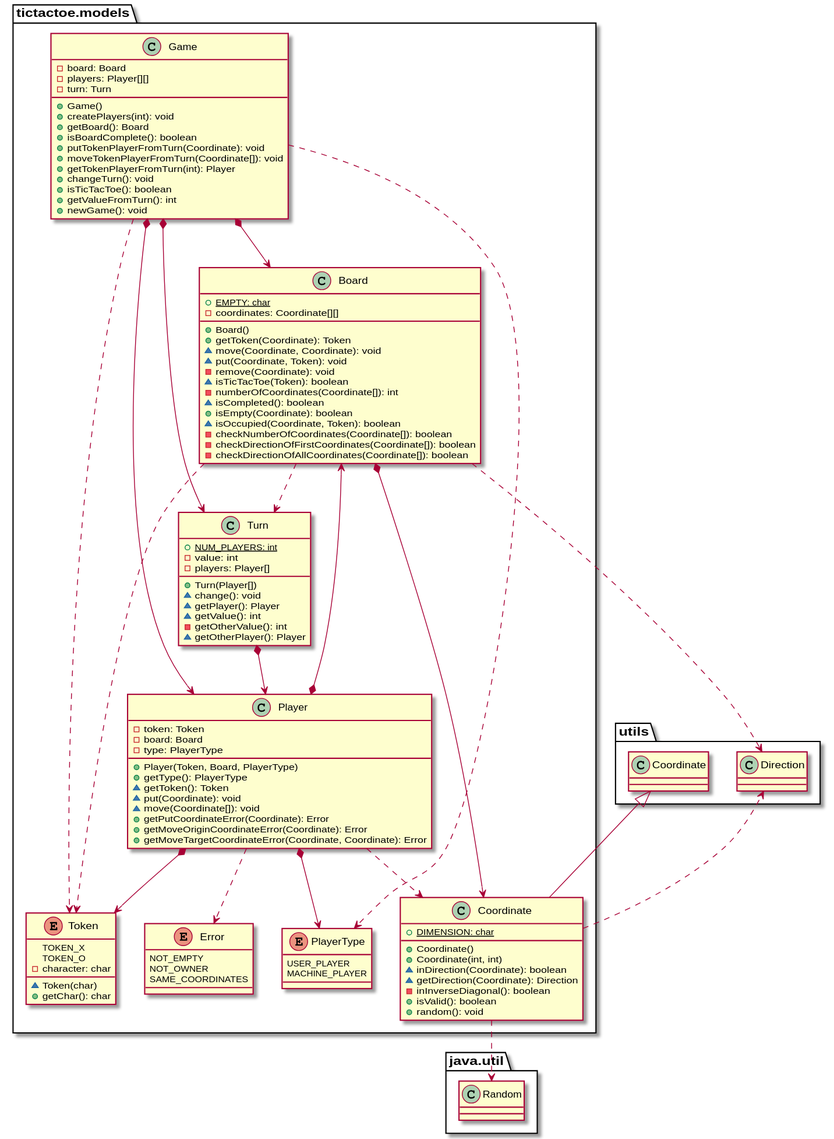
Earlier version of the PlantUML export documentView/console/docs/diagrams/out/paquetes/tictactoe.models.svg (Jolucaa/USantaTecla-project-ticTacToe). Its diagram source:
```plantuml
@startuml
class  tictactoe.models.Board{
+ {static} EMPTY: char
- coordinates: Coordinate[][]
+ Board()
+ getToken(Coordinate): Token
~ move(Coordinate, Coordinate): void
~ put(Coordinate, Token): void
- remove(Coordinate): void
~ isTicTacToe(Token): boolean
- numberOfCoordinates(Coordinate[]): int
~ isCompleted(): boolean
+ isEmpty(Coordinate): boolean
~ isOccupied(Coordinate, Token): boolean
- checkNumberOfCoordinates(Coordinate[]): boolean
- checkDirectionOfFirstCoordinates(Coordinate[]): boolean
- checkDirectionOfAllCoordinates(Coordinate[]): boolean
}
tictactoe.models.Board *-down-> tictactoe.models.Coordinate
tictactoe.models.Board ..> tictactoe.models.Token
tictactoe.models.Board ..> tictactoe.models.Turn
tictactoe.models.Board ..> utils.Direction

class  tictactoe.models.Coordinate{
+ {static} DIMENSION: char
+ Coordinate()
+ Coordinate(int, int)
~ inDirection(Coordinate): boolean
~ getDirection(Coordinate): Direction
- inInverseDiagonal(): boolean
+ isValid(): boolean
+ random(): void
}
utils.Coordinate <|-down- tictactoe.models.Coordinate
tictactoe.models.Coordinate ..> utils.Direction
tictactoe.models.Coordinate ..> java.util.Random

enum  tictactoe.models.Error{
NOT_EMPTY
NOT_OWNER
SAME_COORDINATES
}

class  tictactoe.models.Game{
- board: Board
- players: Player[][]
- turn: Turn
+ Game()
+ createPlayers(int): void
+ getBoard(): Board
+ isBoardComplete(): boolean
+ putTokenPlayerFromTurn(Coordinate): void
+ moveTokenPlayerFromTurn(Coordinate[]): void
+ getTokenPlayerFromTurn(int): Player
+ changeTurn(): void
+ isTicTacToe(): boolean
+ getValueFromTurn(): int
+ newGame(): void
}
tictactoe.models.Game *-down-> tictactoe.models.Board
tictactoe.models.Game *-down-> tictactoe.models.Player
tictactoe.models.Game *-down-> tictactoe.models.Turn
tictactoe.models.Game ..> tictactoe.models.Token
tictactoe.models.Game ..> tictactoe.models.PlayerType

class  tictactoe.models.Player{
- token: Token
- board: Board
- type: PlayerType
+ Player(Token, Board, PlayerType)
+ getType(): PlayerType
~ getToken(): Token
~ put(Coordinate): void
~ move(Coordinate[]): void
+ getPutCoordinateError(Coordinate): Error
+ getMoveOriginCoordinateError(Coordinate): Error
+ getMoveTargetCoordinateError(Coordinate, Coordinate): Error
}
tictactoe.models.Player *-down-> tictactoe.models.Token
tictactoe.models.Player *-down-> tictactoe.models.Board
tictactoe.models.Player *-down-> tictactoe.models.PlayerType
tictactoe.models.Player ..> tictactoe.models.Coordinate
tictactoe.models.Player ..> tictactoe.models.Error

enum  tictactoe.models.PlayerType{
USER_PLAYER
MACHINE_PLAYER
}

enum  tictactoe.models.Token{
TOKEN_X
TOKEN_O
- character: char
~ Token(char)
+ getChar(): char
}

class  tictactoe.models.Turn{
+ {static} NUM_PLAYERS: int
- value: int
- players: Player[]
+ Turn(Player[])
~ change(): void
~ getPlayer(): Player
~ getValue(): int
- getOtherValue(): int
~ getOtherPlayer(): Player
}
tictactoe.models.Turn *-down-> tictactoe.models.Player
@enduml
```
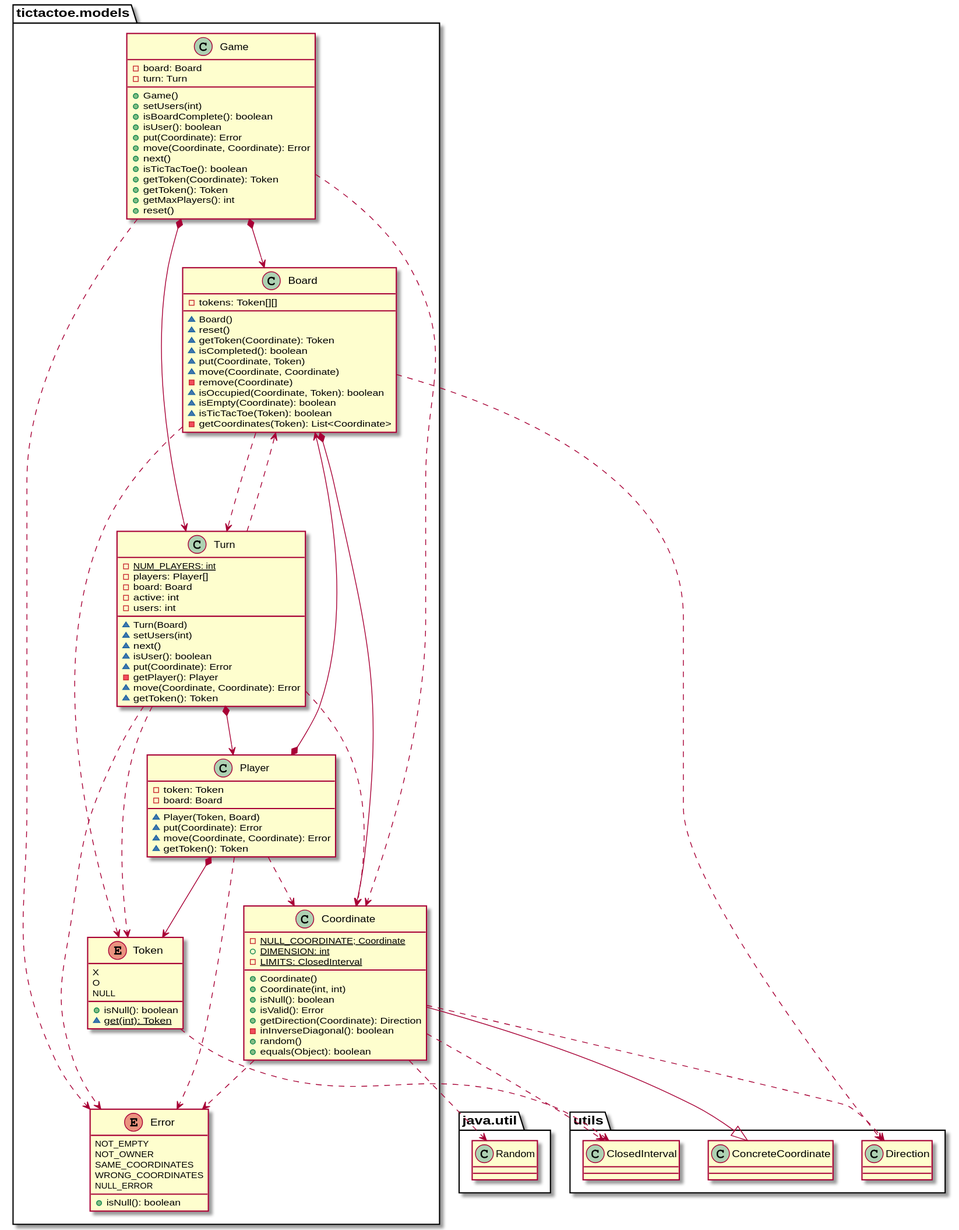
Later version of the same file.

What changed in the source:
```diff
@@ -1,20 +1,17 @@
 @startuml
 class  tictactoe.models.Board{
-+ {static} EMPTY: char
-- coordinates: Coordinate[][]
-+ Board()
-+ getToken(Coordinate): Token
-~ move(Coordinate, Coordinate): void
-~ put(Coordinate, Token): void
-- remove(Coordinate): void
+- tokens: Token[][]
+~ Board()
+~ reset()
+~ getToken(Coordinate): Token
+~ isCompleted(): boolean
+~ put(Coordinate, Token)
+~ move(Coordinate, Coordinate)
+- remove(Coordinate)
+~ isOccupied(Coordinate, Token): boolean
+~ isEmpty(Coordinate): boolean
 ~ isTicTacToe(Token): boolean
-- numberOfCoordinates(Coordinate[]): int
-~ isCompleted(): boolean
-+ isEmpty(Coordinate): boolean
-~ isOccupied(Coordinate, Token): boolean
-- checkNumberOfCoordinates(Coordinate[]): boolean
-- checkDirectionOfFirstCoordinates(Coordinate[]): boolean
-- checkDirectionOfAllCoordinates(Coordinate[]): boolean
+- getCoordinates(Token): List<Coordinate>
 }
 tictactoe.models.Board *-down-> tictactoe.models.Coordinate
 tictactoe.models.Board ..> tictactoe.models.Token
@@ -22,89 +19,96 @@
 tictactoe.models.Board ..> utils.Direction
 
 class  tictactoe.models.Coordinate{
-+ {static} DIMENSION: char
+- {static} NULL_COORDINATE; Coordinate
++ {static} DIMENSION: int
+- {static} LIMITS: ClosedInterval
 + Coordinate()
 + Coordinate(int, int)
-~ inDirection(Coordinate): boolean
-~ getDirection(Coordinate): Direction
++ isNull(): boolean
++ isValid(): Error
++ getDirection(Coordinate): Direction
 - inInverseDiagonal(): boolean
-+ isValid(): boolean
-+ random(): void
++ random()
++ equals(Object): boolean
 }
-utils.Coordinate <|-down- tictactoe.models.Coordinate
+utils.ConcreteCoordinate <|-down- tictactoe.models.Coordinate
+tictactoe.models.Coordinate ..> tictactoe.models.Error
 tictactoe.models.Coordinate ..> utils.Direction
+tictactoe.models.Coordinate ..> utils.ClosedInterval
 tictactoe.models.Coordinate ..> java.util.Random
 
 enum  tictactoe.models.Error{
 NOT_EMPTY
 NOT_OWNER
 SAME_COORDINATES
+WRONG_COORDINATES
+NULL_ERROR
++ isNull(): boolean
 }
 
 class  tictactoe.models.Game{
 - board: Board
-- players: Player[][]
 - turn: Turn
 + Game()
-+ createPlayers(int): void
-+ getBoard(): Board
++ setUsers(int)
 + isBoardComplete(): boolean
-+ putTokenPlayerFromTurn(Coordinate): void
-+ moveTokenPlayerFromTurn(Coordinate[]): void
-+ getTokenPlayerFromTurn(int): Player
-+ changeTurn(): void
++ isUser(): boolean
++ put(Coordinate): Error
++ move(Coordinate, Coordinate): Error
++ next()
 + isTicTacToe(): boolean
-+ getValueFromTurn(): int
-+ newGame(): void
++ getToken(Coordinate): Token
++ getToken(): Token
++ getMaxPlayers(): int
++ reset()
 }
 tictactoe.models.Game *-down-> tictactoe.models.Board
-tictactoe.models.Game *-down-> tictactoe.models.Player
 tictactoe.models.Game *-down-> tictactoe.models.Turn
-tictactoe.models.Game ..> tictactoe.models.Token
-tictactoe.models.Game ..> tictactoe.models.PlayerType
+tictactoe.models.Game ..> tictactoe.models.Coordinate
+tictactoe.models.Game ..> tictactoe.models.Error
 
 class  tictactoe.models.Player{
 - token: Token
 - board: Board
-- type: PlayerType
-+ Player(Token, Board, PlayerType)
-+ getType(): PlayerType
+~ Player(Token, Board)
+~ put(Coordinate): Error
+~ move(Coordinate, Coordinate): Error
 ~ getToken(): Token
-~ put(Coordinate): void
-~ move(Coordinate[]): void
-+ getPutCoordinateError(Coordinate): Error
-+ getMoveOriginCoordinateError(Coordinate): Error
-+ getMoveTargetCoordinateError(Coordinate, Coordinate): Error
 }
 tictactoe.models.Player *-down-> tictactoe.models.Token
 tictactoe.models.Player *-down-> tictactoe.models.Board
-tictactoe.models.Player *-down-> tictactoe.models.PlayerType
 tictactoe.models.Player ..> tictactoe.models.Coordinate
 tictactoe.models.Player ..> tictactoe.models.Error
 
-enum  tictactoe.models.PlayerType{
-USER_PLAYER
-MACHINE_PLAYER
+enum  tictactoe.models.Token{
+X
+O
+NULL
++ isNull(): boolean
+~ {static} get(int): Token
 }
 
-enum  tictactoe.models.Token{
-TOKEN_X
-TOKEN_O
-- character: char
-~ Token(char)
-+ getChar(): char
+tictactoe.models.Token ..> utils.ClosedInterval
+
+class  tictactoe.models.Turn{
+- {static} NUM_PLAYERS: int
+- players: Player[]
+- board: Board
+- active: int
+- users: int
+~ Turn(Board)
+~ setUsers(int)
+~ next()
+~ isUser(): boolean
+~ put(Coordinate): Error
+- getPlayer(): Player
+~ move(Coordinate, Coordinate): Error
+~ getToken(): Token
 }
 
-class  tictactoe.models.Turn{
-+ {static} NUM_PLAYERS: int
-- value: int
-- players: Player[]
-+ Turn(Player[])
-~ change(): void
-~ getPlayer(): Player
-~ getValue(): int
-- getOtherValue(): int
-~ getOtherPlayer(): Player
-}
 tictactoe.models.Turn *-down-> tictactoe.models.Player
+tictactoe.models.Turn ..down-> tictactoe.models.Board
+tictactoe.models.Turn ..down-> tictactoe.models.Token
+tictactoe.models.Turn ..down-> tictactoe.models.Coordinate
+tictactoe.models.Turn ..down-> tictactoe.models.Error
 @enduml
```
